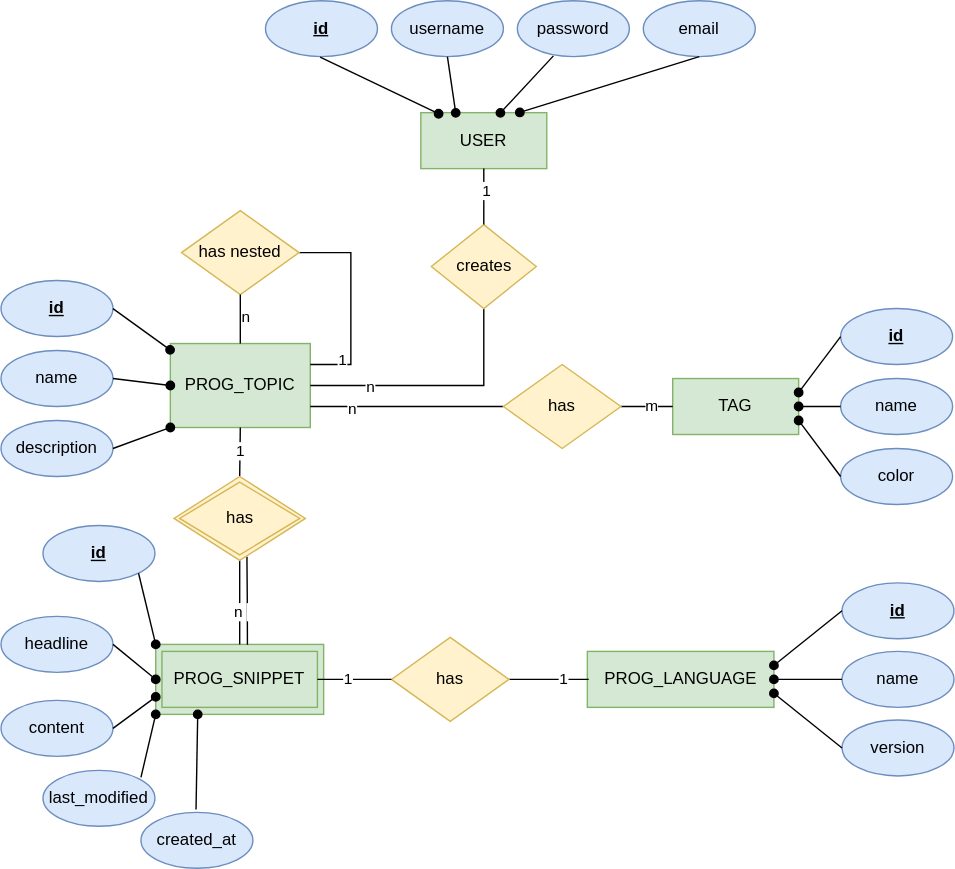
Earlier version of the draw.io export docs/milestone-01/erd/snip-man-er.svg (peter-gy/snip-man). Source tidied: cells renumbered, new cells last; positions are measured from the earlier drawing's top-left corner, leaving out a move shared by most shapes.
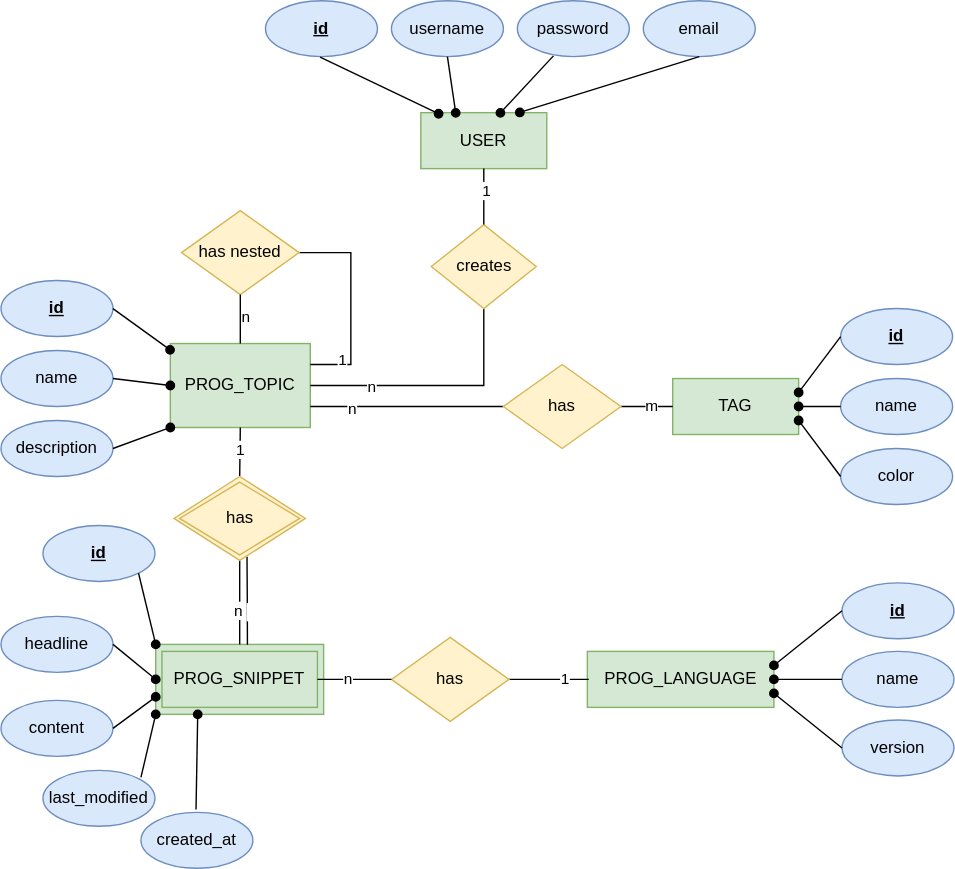
Above is the later version.

Commit message:
docs(M1): update cardinality in ERD

What changed in the source:
```diff
@@ -347,7 +347,7 @@
     <mxCell id="109" style="edgeStyle=none;rounded=0;jettySize=auto;html=1;exitX=1;exitY=0.5;exitDx=0;exitDy=0;entryX=0;entryY=0.5;entryDx=0;entryDy=0;endArrow=none;endFill=0;" parent="1" edge="1" source="22" target="108">
       <mxGeometry relative="1" as="geometry" />
     </mxCell>
-    <mxCell id="110" value="1" style="edgeLabel;html=1;align=center;verticalAlign=middle;" parent="109" vertex="1">
+    <mxCell id="110" value="n" style="edgeLabel;html=1;align=center;verticalAlign=middle;" parent="109" vertex="1">
       <mxGeometry x="-0.2" y="1" relative="1" as="geometry" />
     </mxCell>
     <mxCell id="111" style="group;" parent="1" vertex="1">
```
